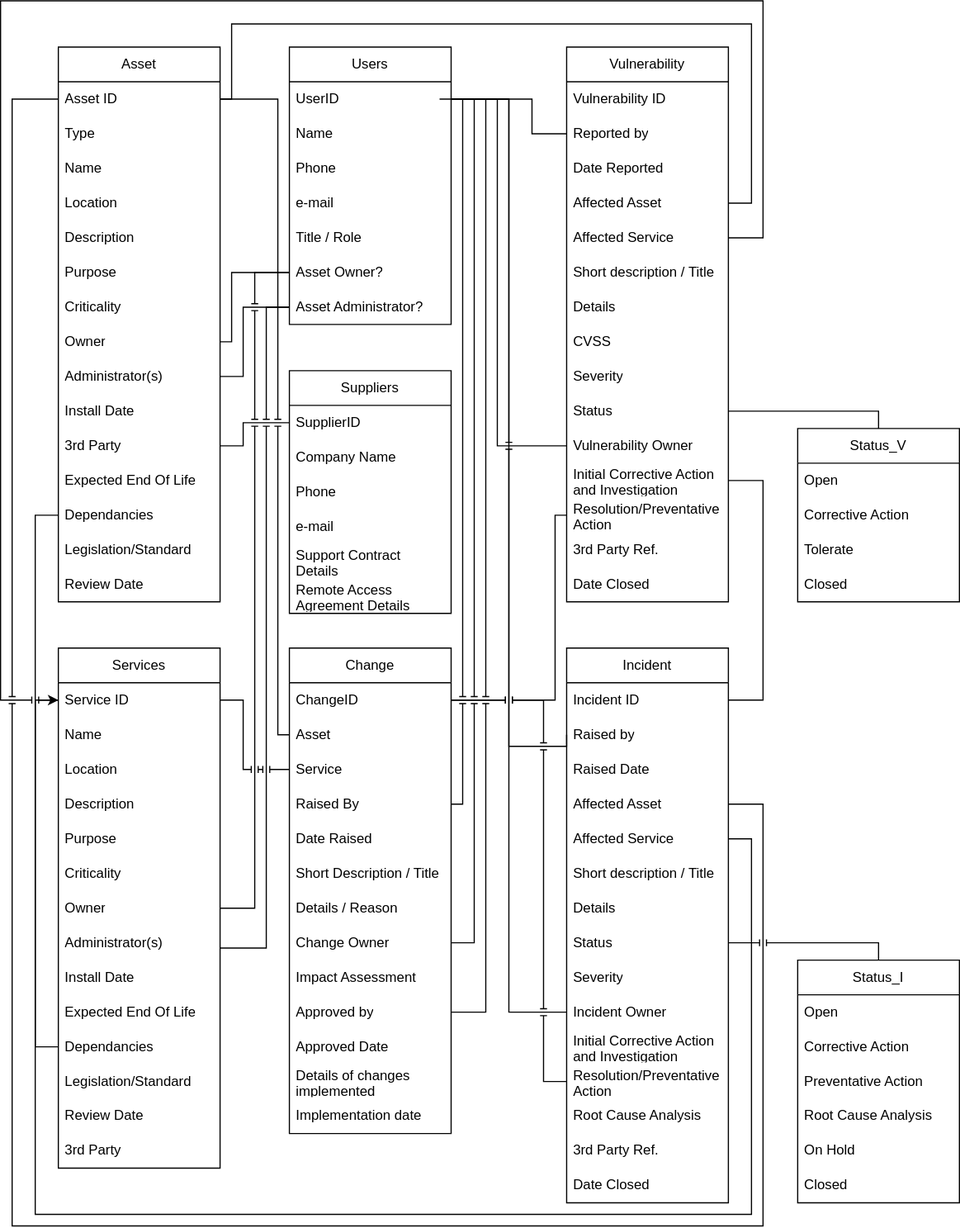
The draw.io diagram ITSM/Assignment1/Assets/CMDB_v3.svg in MCollins87/MSC_EnterpriseIT, before a commit. Source tidied: cells renumbered, new cells last; positions are measured from the earlier drawing's top-left corner, leaving out a move shared by most shapes.
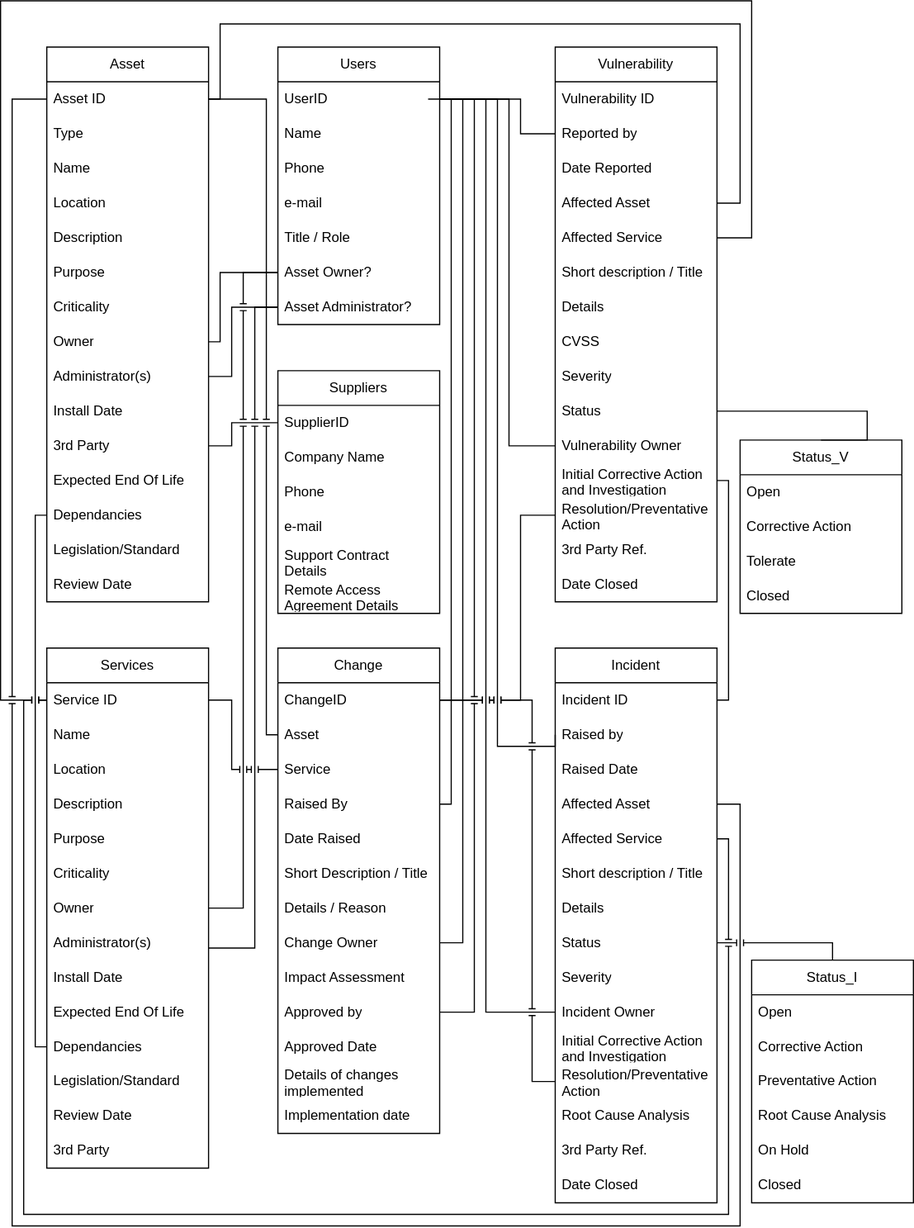
The same file after the commit.

What changed in the source:
```diff
@@ -153,8 +153,8 @@
       <mxGeometry relative="1" as="geometry">
         <mxPoint x="-110" y="-475" as="sourcePoint" />
         <Array as="points">
-          <mxPoint x="-50" y="-475" />
-          <mxPoint x="-50" y="315" />
+          <mxPoint x="-60" y="-475" />
+          <mxPoint x="-60" y="315" />
         </Array>
       </mxGeometry>
     </mxCell>
@@ -225,7 +225,7 @@
       <mxGeometry y="450" width="140" height="30" as="geometry" />
     </mxCell>
     <mxCell id="74" value="Status_I" style="swimlane;fontStyle=0;horizontal=1;startSize=30;whiteSpace=wrap;html=1;" parent="1" vertex="1">
-      <mxGeometry x="690" y="830" width="140" height="210" as="geometry" />
+      <mxGeometry x="660" y="830" width="140" height="210" as="geometry" />
     </mxCell>
     <mxCell id="75" value="Open" style="text;strokeColor=none;fillColor=none;align=left;verticalAlign=middle;spacingLeft=4;spacingRight=4;overflow=hidden;whiteSpace=wrap;html=1;" parent="74" vertex="1">
       <mxGeometry y="30" width="140" height="30" as="geometry" />
@@ -267,7 +267,7 @@
       <mxGeometry y="180" width="140" height="30" as="geometry" />
     </mxCell>
     <mxCell id="88" value="Status_V" style="swimlane;fontStyle=0;horizontal=1;startSize=30;whiteSpace=wrap;html=1;" parent="1" vertex="1">
-      <mxGeometry x="690" y="370" width="140" height="150" as="geometry" />
+      <mxGeometry x="650" y="380" width="140" height="150" as="geometry" />
     </mxCell>
     <mxCell id="89" value="Open" style="text;strokeColor=none;fillColor=none;align=left;verticalAlign=middle;spacingLeft=4;spacingRight=4;overflow=hidden;whiteSpace=wrap;html=1;" parent="88" vertex="1">
       <mxGeometry y="30" width="140" height="30" as="geometry" />
@@ -308,8 +308,8 @@
     <mxCell id="96" style="edgeStyle=orthogonalEdgeStyle;rounded=0;jettySize=auto;html=1;exitX=0;exitY=0.5;exitDx=0;exitDy=0;entryX=0;entryY=0.5;entryDx=0;entryDy=0;endArrow=none;endFill=0;" parent="1" edge="1" source="23" target="37">
       <mxGeometry relative="1" as="geometry">
         <Array as="points">
-          <mxPoint x="30" y="445" />
-          <mxPoint x="30" y="905" />
+          <mxPoint x="40" y="445" />
+          <mxPoint x="40" y="905" />
         </Array>
       </mxGeometry>
     </mxCell>
@@ -353,8 +353,8 @@
         <Array as="points">
           <mxPoint x="660" y="205" />
           <mxPoint x="660" />
-          <mxPoint />
-          <mxPoint y="605" />
+          <mxPoint x="10" />
+          <mxPoint x="10" y="605" />
         </Array>
       </mxGeometry>
     </mxCell>
@@ -368,22 +368,23 @@
     <mxCell id="103" style="edgeStyle=orthogonalEdgeStyle;rounded=0;jettySize=auto;html=1;exitX=0;exitY=0.5;exitDx=0;exitDy=0;entryX=1;entryY=0.5;entryDx=0;entryDy=0;endArrow=none;endFill=0;" parent="1" edge="1" source="69" target="3">
       <mxGeometry relative="1" as="geometry">
         <Array as="points">
-          <mxPoint x="430" y="385" />
-          <mxPoint x="430" y="85" />
+          <mxPoint x="450" y="385" />
+          <mxPoint x="450" y="85" />
         </Array>
       </mxGeometry>
     </mxCell>
     <mxCell id="104" style="edgeStyle=orthogonalEdgeStyle;rounded=0;jettySize=auto;html=1;exitX=1;exitY=0.5;exitDx=0;exitDy=0;entryX=1;entryY=0.5;entryDx=0;entryDy=0;endArrow=none;endFill=0;jumpStyle=line;" parent="1" edge="1" source="70" target="42">
       <mxGeometry relative="1" as="geometry">
         <Array as="points">
-          <mxPoint x="660" y="415" />
-          <mxPoint x="660" y="605" />
+          <mxPoint x="640" y="415" />
+          <mxPoint x="640" y="605" />
         </Array>
       </mxGeometry>
     </mxCell>
     <mxCell id="105" style="edgeStyle=orthogonalEdgeStyle;rounded=0;jettySize=auto;html=1;exitX=0;exitY=0.5;exitDx=0;exitDy=0;endArrow=none;endFill=0;jumpStyle=line;" parent="1" edge="1" source="43" target="3">
       <mxGeometry relative="1" as="geometry">
         <Array as="points">
+          <mxPoint x="490" y="645" />
           <mxPoint x="440" y="645" />
           <mxPoint x="440" y="85" />
         </Array>
@@ -392,17 +393,17 @@
     <mxCell id="106" style="edgeStyle=orthogonalEdgeStyle;rounded=0;jettySize=auto;html=1;exitX=1;exitY=0.5;exitDx=0;exitDy=0;entryX=0;entryY=0.5;entryDx=0;entryDy=0;endArrow=none;endFill=0;jumpStyle=line;" parent="1" edge="1" source="45" target="11">
       <mxGeometry relative="1" as="geometry">
         <Array as="points">
-          <mxPoint x="660" y="695" />
-          <mxPoint x="660" y="1060" />
-          <mxPoint x="10" y="1060" />
-          <mxPoint x="10" y="85" />
+          <mxPoint x="650" y="695" />
+          <mxPoint x="650" y="1060" />
+          <mxPoint x="20" y="1060" />
+          <mxPoint x="20" y="85" />
         </Array>
       </mxGeometry>
     </mxCell>
     <mxCell id="107" style="edgeStyle=orthogonalEdgeStyle;rounded=0;jettySize=auto;html=1;exitX=1;exitY=0.5;exitDx=0;exitDy=0;entryX=0.5;entryY=0;entryDx=0;entryDy=0;endArrow=none;endFill=0;jumpStyle=line;" parent="1" edge="1" source="49" target="74">
       <mxGeometry relative="1" as="geometry">
         <Array as="points">
-          <mxPoint x="760" y="815" />
+          <mxPoint x="730" y="815" />
         </Array>
       </mxGeometry>
     </mxCell>
@@ -451,8 +452,8 @@
     <mxCell id="122" style="edgeStyle=orthogonalEdgeStyle;rounded=0;jettySize=auto;html=1;exitX=0;exitY=0.5;exitDx=0;exitDy=0;jumpStyle=line;endArrow=none;endFill=0;" parent="1" edge="1" source="71" target="109">
       <mxGeometry relative="1" as="geometry">
         <Array as="points">
-          <mxPoint x="480" y="445" />
-          <mxPoint x="480" y="605" />
+          <mxPoint x="460" y="445" />
+          <mxPoint x="460" y="605" />
         </Array>
       </mxGeometry>
     </mxCell>
@@ -499,11 +500,11 @@
         </Array>
       </mxGeometry>
     </mxCell>
-    <mxCell id="129" style="edgeStyle=orthogonalEdgeStyle;rounded=0;jettySize=auto;html=1;exitX=1;exitY=0.5;exitDx=0;exitDy=0;entryX=0;entryY=0.5;entryDx=0;entryDy=0;" parent="1" edge="1" source="46" target="27">
+    <mxCell id="129" style="edgeStyle=orthogonalEdgeStyle;rounded=0;jettySize=auto;html=1;exitX=1;exitY=0.5;exitDx=0;exitDy=0;entryX=0;entryY=0.5;entryDx=0;entryDy=0;endArrow=none;endFill=0;jumpStyle=line;" parent="1" edge="1" source="46" target="27">
       <mxGeometry relative="1" as="geometry">
         <Array as="points">
-          <mxPoint x="650" y="725" />
-          <mxPoint x="650" y="1050" />
+          <mxPoint x="640" y="725" />
+          <mxPoint x="640" y="1050" />
           <mxPoint x="30" y="1050" />
           <mxPoint x="30" y="605" />
         </Array>
```
